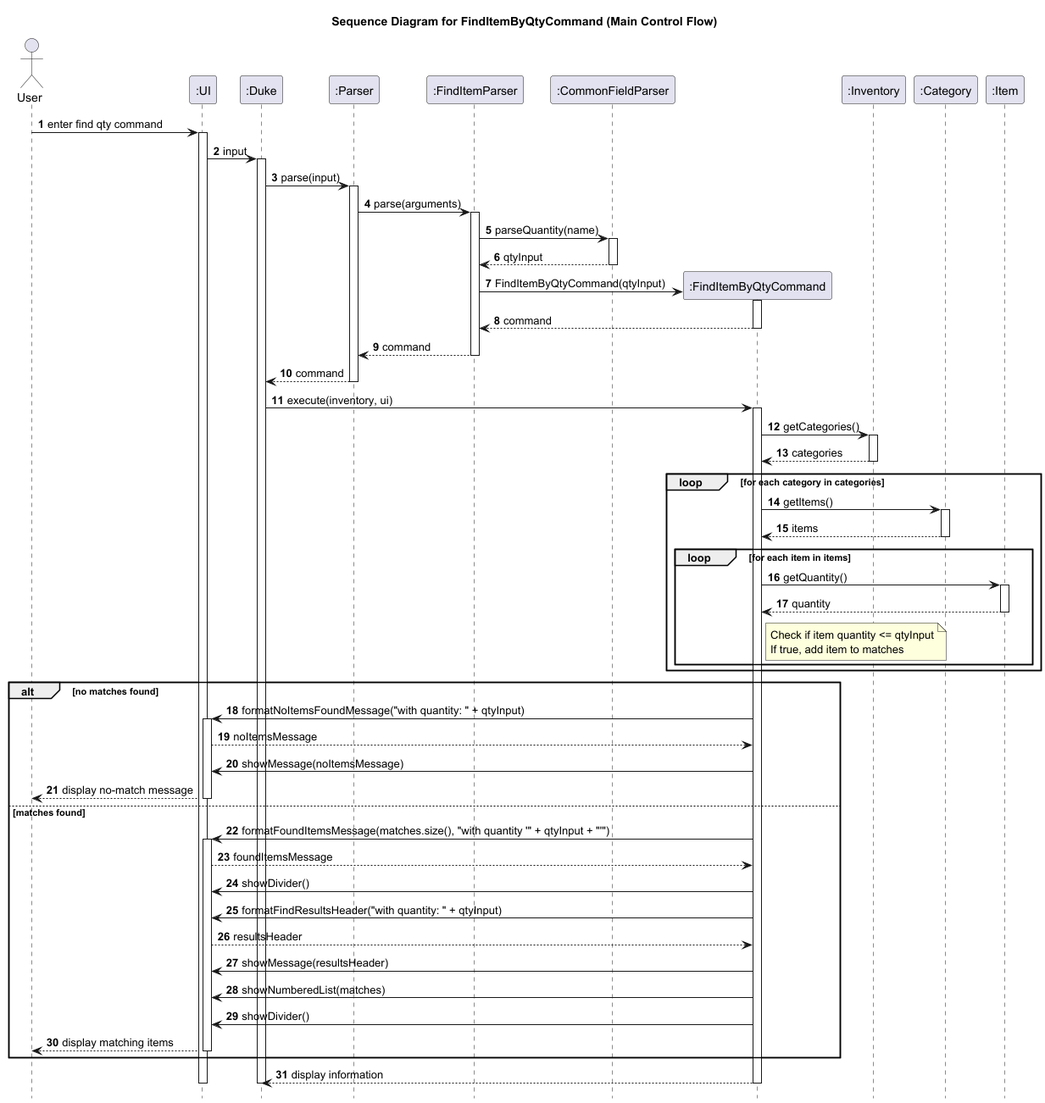
This is docs/diagrams/FindItemByQtyCommand_sequence-Sequence_Diagram_for_FindItemByQtyCommand__Main_Control_Flow_.png from yueyang1111/tp, a PlantUML export, as it was before one commit. Its diagram source:
```plantuml
@startuml
title Sequence Diagram for FindItemByQtyCommand (Main Control Flow)

autonumber
hide footbox

actor User
participant ":UI" as UI
participant ":Duke" as Duke
participant ":Parser" as Parser
participant ":FindItemParser" as FindItemParser
participant ":CommonFieldParser" as CommonFieldParser
participant ":FindItemByQtyCommand" as FindItemByQtyCommand
participant ":Inventory" as Inventory
participant ":Category" as Category
participant ":Item" as Item

User -> UI: enter find qty command
activate UI
UI -> Duke: input
activate Duke
Duke -> Parser: parse(input)
activate Parser

Parser -> FindItemParser: parse(arguments)
activate FindItemParser
FindItemParser -> CommonFieldParser: parseQuantity(name)
activate CommonFieldParser
CommonFieldParser --> FindItemParser: qtyInput
deactivate CommonFieldParser

create FindItemByQtyCommand
FindItemParser -> FindItemByQtyCommand: FindItemByQtyCommand(qtyInput)
activate FindItemByQtyCommand
FindItemByQtyCommand --> FindItemParser: command
deactivate FindItemByQtyCommand
FindItemParser --> Parser: command
deactivate FindItemParser
Parser --> Duke: command
deactivate Parser

Duke -> FindItemByQtyCommand: execute(inventory, ui)
activate FindItemByQtyCommand
FindItemByQtyCommand -> Inventory: getCategories()
activate Inventory
Inventory --> FindItemByQtyCommand: categories
deactivate Inventory

loop for each category in categories
    FindItemByQtyCommand -> Category: getItems()
    activate Category
    Category --> FindItemByQtyCommand: items
    deactivate Category

    loop for each item in items
        FindItemByQtyCommand -> Item: getQuantity()
        activate Item
        Item --> FindItemByQtyCommand: quantity
        deactivate Item

        note right of FindItemByQtyCommand
            Check if item quantity <= qtyInput
            If true, add item to matches
        end note
    end
end

alt no matches found
    FindItemByQtyCommand -> UI: formatNoItemsFoundMessage("with quantity: " + qtyInput)
    activate UI
    UI --> FindItemByQtyCommand: noItemsMessage
    FindItemByQtyCommand -> UI: showMessage(noItemsMessage)
    UI --> User: display no-match message
    deactivate UI
else matches found
    FindItemByQtyCommand -> UI: formatFoundItemsMessage(matches.size(), "with quantity '" + qtyInput + "'")
    activate UI
    UI --> FindItemByQtyCommand: foundItemsMessage
    FindItemByQtyCommand -> UI: showDivider()
    FindItemByQtyCommand -> UI: formatFindResultsHeader("with quantity: " + qtyInput)
    UI --> FindItemByQtyCommand: resultsHeader
    FindItemByQtyCommand -> UI: showMessage(resultsHeader)
    FindItemByQtyCommand -> UI: showNumberedList(matches)
    FindItemByQtyCommand -> UI: showDivider()
    UI --> User: display matching items
    deactivate UI
end

FindItemByQtyCommand --> Duke: display information
deactivate FindItemByQtyCommand
deactivate Duke
deactivate UI
@enduml
```
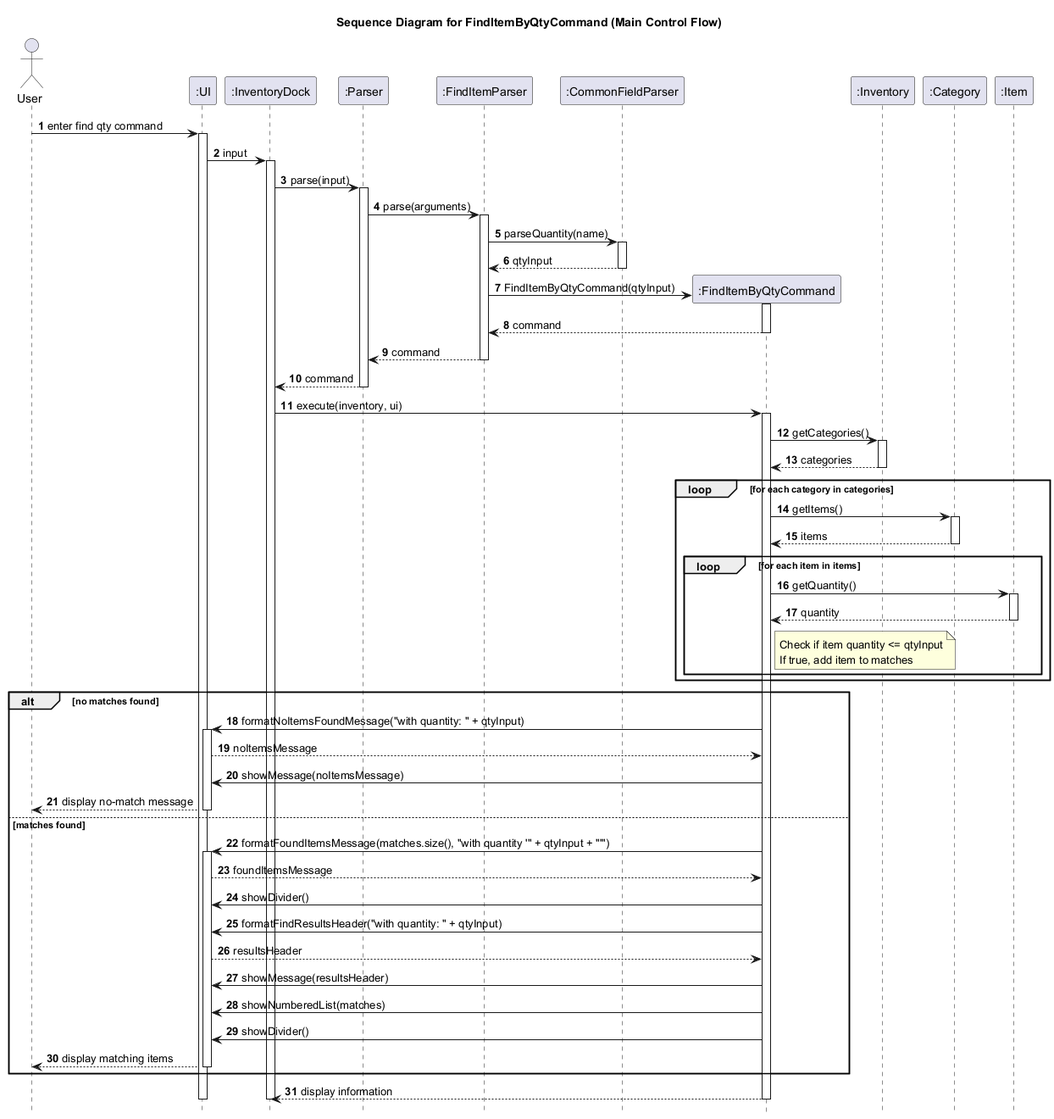
After the commit.

The edit, as a diff of the source:
```diff
@@ -6,7 +6,7 @@
 
 actor User
 participant ":UI" as UI
-participant ":Duke" as Duke
+participant ":InventoryDock" as InventoryDock
 participant ":Parser" as Parser
 participant ":FindItemParser" as FindItemParser
 participant ":CommonFieldParser" as CommonFieldParser
@@ -17,9 +17,9 @@
 
 User -> UI: enter find qty command
 activate UI
-UI -> Duke: input
-activate Duke
-Duke -> Parser: parse(input)
+UI -> InventoryDock: input
+activate InventoryDock
+InventoryDock -> Parser: parse(input)
 activate Parser
 
 Parser -> FindItemParser: parse(arguments)
@@ -36,10 +36,10 @@
 deactivate FindItemByQtyCommand
 FindItemParser --> Parser: command
 deactivate FindItemParser
-Parser --> Duke: command
+Parser --> InventoryDock: command
 deactivate Parser
 
-Duke -> FindItemByQtyCommand: execute(inventory, ui)
+InventoryDock -> FindItemByQtyCommand: execute(inventory, ui)
 activate FindItemByQtyCommand
 FindItemByQtyCommand -> Inventory: getCategories()
 activate Inventory
@@ -86,8 +86,8 @@
     deactivate UI
 end
 
-FindItemByQtyCommand --> Duke: display information
+FindItemByQtyCommand --> InventoryDock: display information
 deactivate FindItemByQtyCommand
-deactivate Duke
+deactivate InventoryDock
 deactivate UI
 @enduml
```
